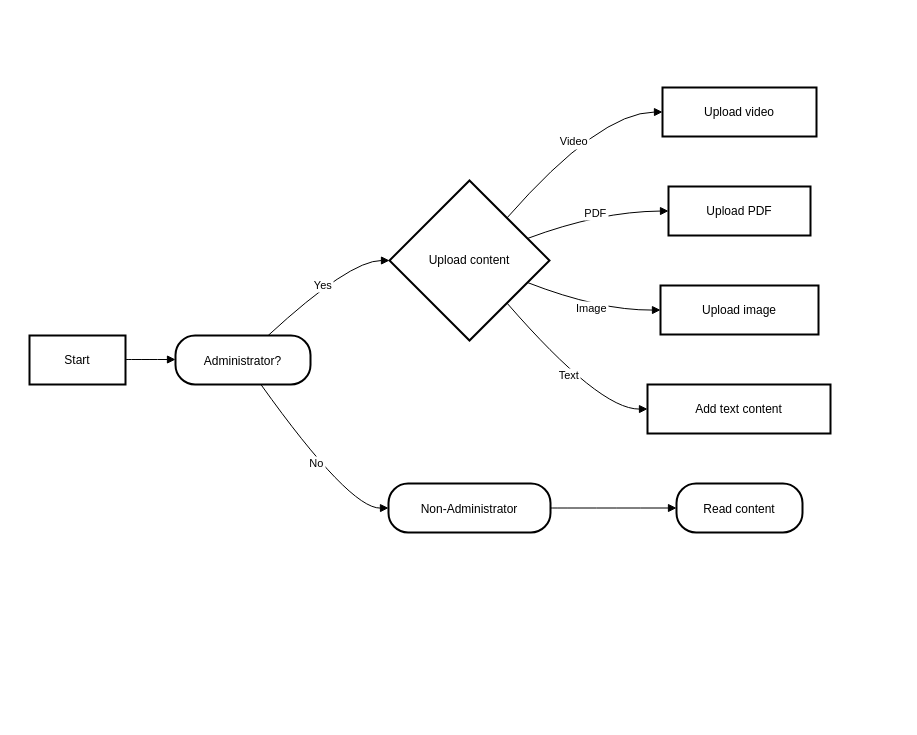
VictorCueto9/ProyectoEncuentas keeps this draw.io diagram as Capacitacion.drawio. Above is the earlier version. Source tidied: cells renumbered, new cells numbered last; positions are measured from the earlier drawing's top-left corner, leaving out a move shared by most shapes. Both pictures are drawn from the tidied source at 100%, with x=0, y=0 at pixel (29, 87).
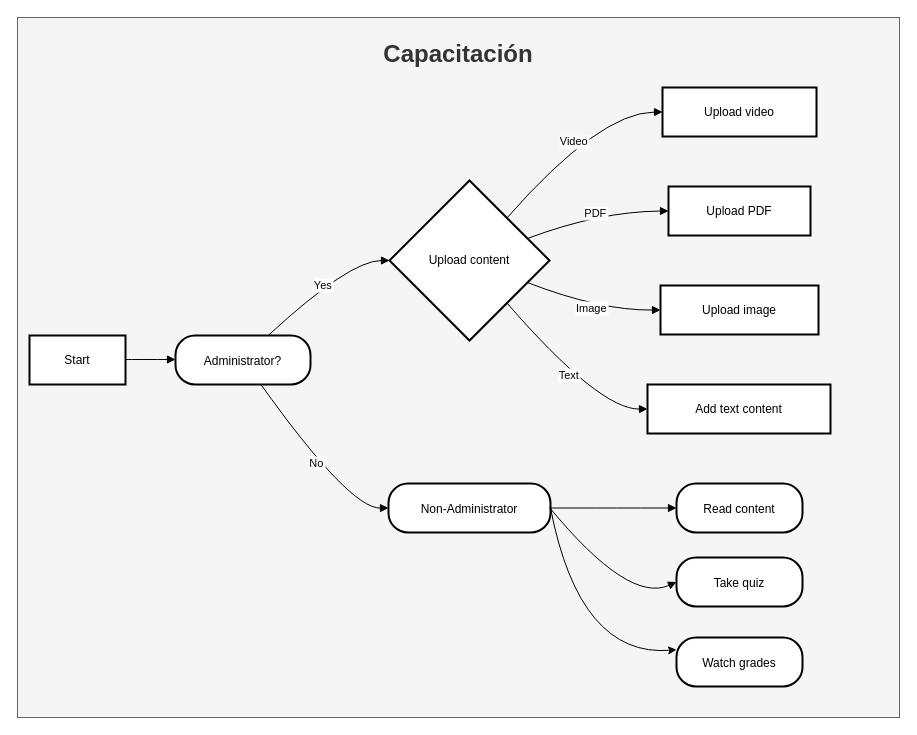
The same diagram, later.

Unchanged cells that the change refers to:
```xml
<mxCell id="9" value="Non-Administrator" style="rounded=1;arcSize=40;strokeWidth=2;" parent="1" vertex="1">
  <mxGeometry x="359" y="396" width="162" height="49" as="geometry" />
</mxCell>
```

Diff of the diagram source:
```diff
@@
+    <mxCell id="19" value="&lt;h1&gt;Capacitación&lt;/h1&gt;" style="rounded=0;whiteSpace=wrap;html=1;verticalAlign=top;fillColor=#f5f5f5;fontColor=#333333;strokeColor=#666666;" parent="1" vertex="1">
+      <mxGeometry x="-12" y="-70" width="882" height="700" as="geometry" />
+    </mxCell>
@@
+    <mxCell id="20" value="Take quiz" style="rounded=1;arcSize=40;strokeWidth=2;" parent="1" vertex="1">
+      <mxGeometry x="647" y="470" width="126" height="49" as="geometry" />
+    </mxCell>
+    <mxCell id="21" value="Watch grades" style="rounded=1;arcSize=40;strokeWidth=2;" parent="1" vertex="1">
+      <mxGeometry x="647" y="550" width="126" height="49" as="geometry" />
+    </mxCell>
+    <mxCell id="22" style="curved=1;endArrow=classic;html=1;rounded=0;entryX=0;entryY=0.25;entryDx=0;entryDy=0;exitX=1;exitY=0.5;exitDx=0;exitDy=0;" parent="1" edge="1" source="9" target="21">
+      <mxGeometry relative="1" as="geometry">
+        <Array as="points">
+          <mxPoint x="550" y="570" />
+        </Array>
+      </mxGeometry>
+    </mxCell>
+    <mxCell id="23" style="curved=1;startArrow=none;endArrow=block;entryX=0;entryY=0.5;entryDx=0;entryDy=0;" parent="1" edge="1" target="20">
+      <mxGeometry relative="1" as="geometry">
+        <mxPoint x="520" y="420" as="sourcePoint" />
+        <Array as="points">
+          <mxPoint x="599" y="516" />
+        </Array>
+      </mxGeometry>
+    </mxCell>
```
